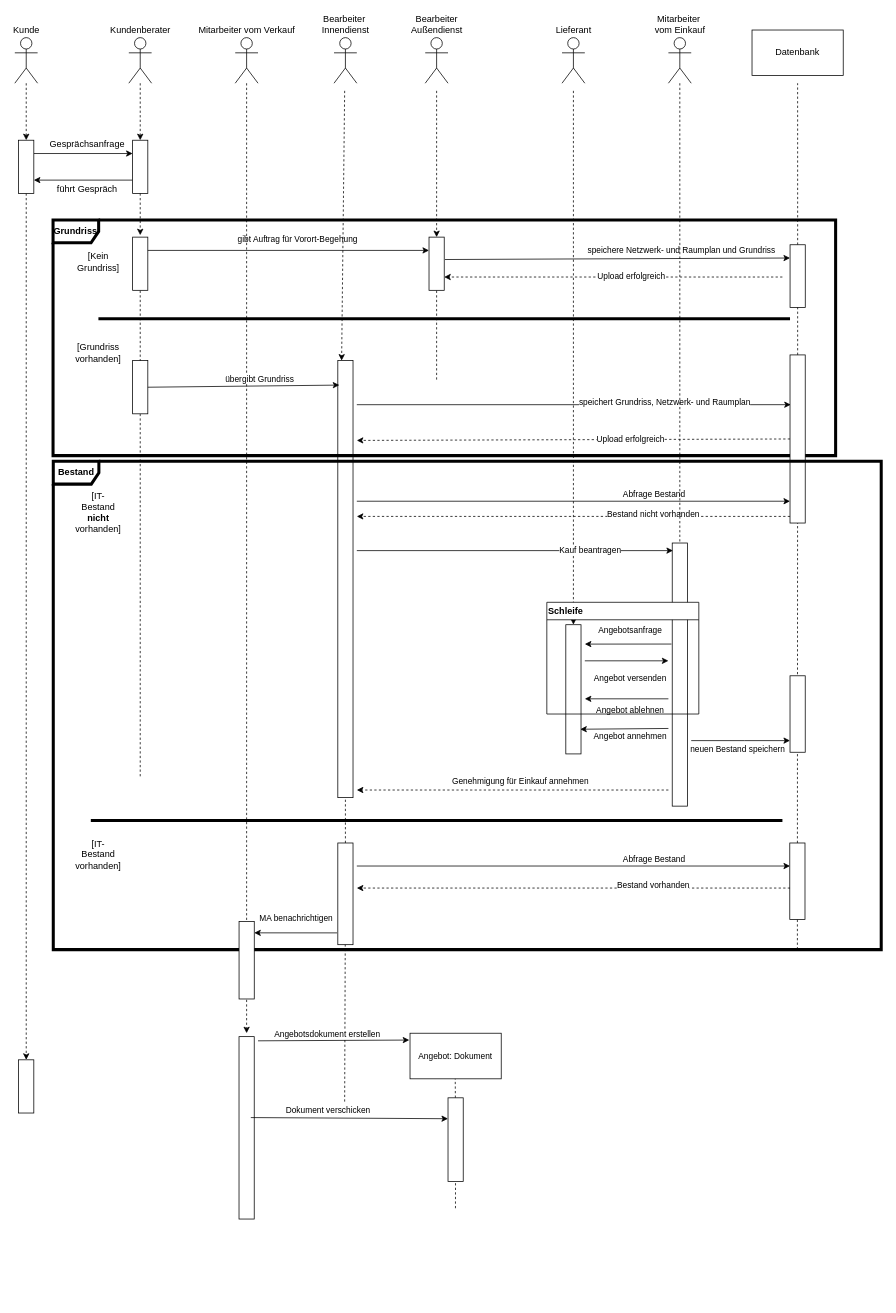
This is docs/diagram/Sequenzdiagramm.drawio from i21Erik/LF_8, a draw.io file, before an edit. Source tidied: cells renumbered, new cells numbered last; positions are measured from the earlier drawing's top-left corner, leaving out a move shared by most shapes. Both pictures are drawn from the tidied source at 76%, with x=0, y=0 at pixel (-1, 30).
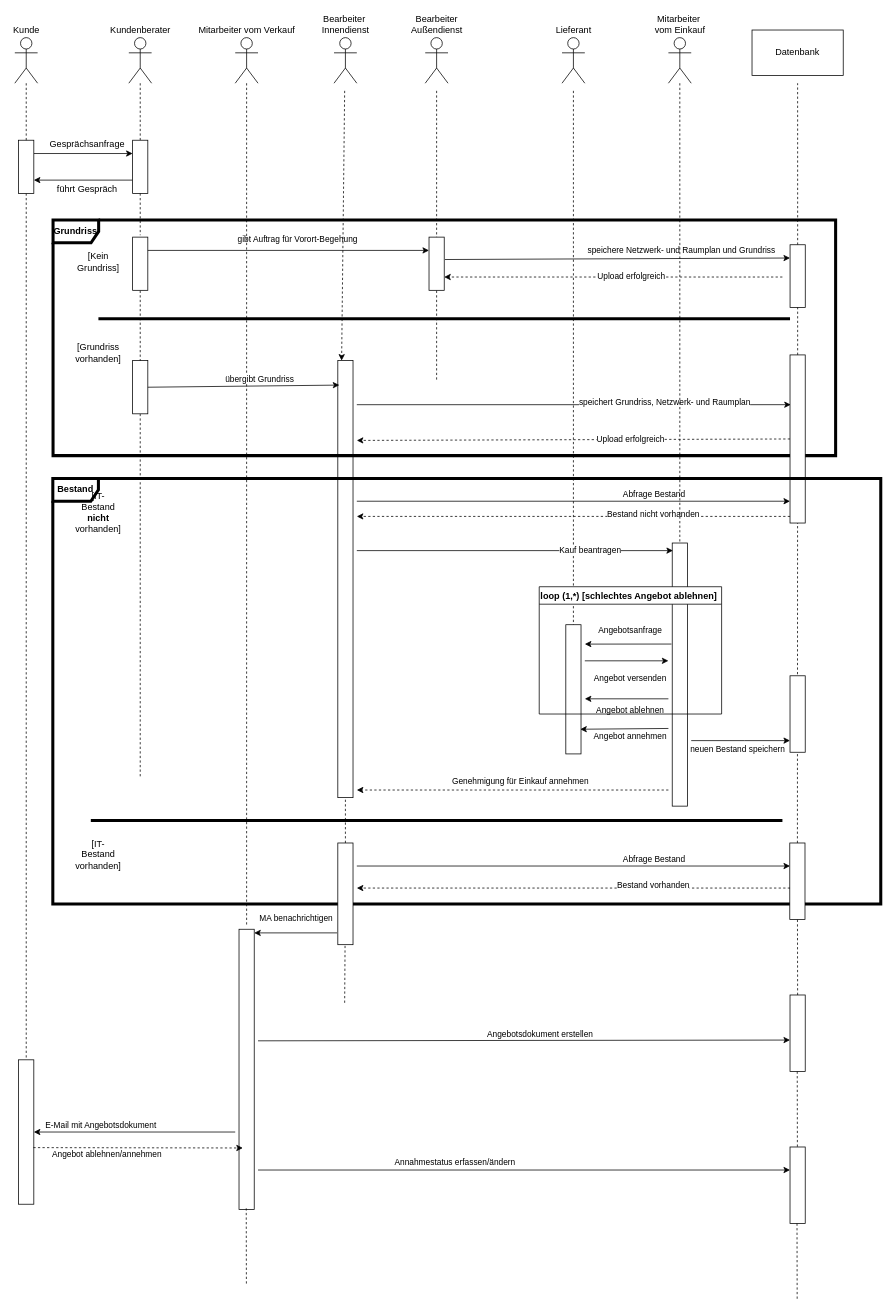
After the change.

Commit message (it also covers changes not shown here):
Sequenzdiagramm finalisiert

Unchanged cells that the change refers to:
```xml
<mxCell id="3" value="Kundenberater" style="shape=umlActor;verticalLabelPosition=top;verticalAlign=bottom;html=1;outlineConnect=0;labelPosition=center;align=center;" parent="1" vertex="1">
  <mxGeometry x="170" y="10" width="30" height="60" as="geometry" />
</mxCell>
<mxCell id="6" style="rounded=0;whiteSpace=wrap;html=1;rotation=-90;" parent="1" vertex="1">
  <mxGeometry y="170" width="70" height="20" as="geometry" />
</mxCell>
<mxCell id="8" value="Kunde" style="shape=umlActor;verticalLabelPosition=top;verticalAlign=bottom;html=1;labelPosition=center;align=center;" parent="1" vertex="1">
  <mxGeometry x="20" y="10" width="30" height="60" as="geometry" />
</mxCell>
<mxCell id="10" style="rounded=0;whiteSpace=wrap;html=1;rotation=-90;" parent="1" vertex="1">
  <mxGeometry x="150" y="170" width="70" height="20" as="geometry" />
</mxCell>
<mxCell id="13" value="Mitarbeiter vom Verkauf" style="shape=umlActor;verticalLabelPosition=top;verticalAlign=bottom;html=1;labelPosition=center;align=center;" parent="1" vertex="1">
  <mxGeometry x="310" y="10" width="30" height="60" as="geometry" />
</mxCell>
<mxCell id="20" style="rounded=0;whiteSpace=wrap;html=1;rotation=-90;" parent="1" vertex="1">
  <mxGeometry x="670" y="857.5" width="170" height="20" as="geometry" />
</mxCell>
<mxCell id="23" style="rounded=0;whiteSpace=wrap;html=1;rotation=-90;" parent="1" vertex="1">
  <mxGeometry x="540" y="297.5" width="70" height="20" as="geometry" />
</mxCell>
<mxCell id="81" style="rounded=0;whiteSpace=wrap;html=1;rotation=-90;" parent="1" vertex="1">
  <mxGeometry x="388.1" y="1126.6" width="133.8" height="20" as="geometry" />
</mxCell>
<mxCell id="85" style="rounded=0;whiteSpace=wrap;html=1;rotation=-90;" parent="1" vertex="1">
  <mxGeometry x="999.4" y="1110" width="100.6" height="20" as="geometry" />
</mxCell>
```

Diff of the diagram source:
```diff
@@
-    <mxCell id="2" style="edgeStyle=orthogonalEdgeStyle;rounded=0;jettySize=auto;html=1;entryX=1;entryY=0.5;entryDx=0;entryDy=0;dashed=1;" parent="1" edge="1" source="3" target="10">
+    <mxCell id="2" style="edgeStyle=orthogonalEdgeStyle;rounded=0;jettySize=auto;html=1;entryX=1;entryY=0.5;entryDx=0;entryDy=0;dashed=1;endArrow=none;endFill=0;" parent="1" edge="1" source="3" target="10">
       <mxGeometry relative="1" as="geometry" />
     </mxCell>
@@
-    <mxCell id="5" style="edgeStyle=orthogonalEdgeStyle;rounded=0;jettySize=auto;html=1;dashed=1;entryX=1;entryY=0.5;entryDx=0;entryDy=0;" parent="1" edge="1" source="6" target="19">
+    <mxCell id="5" style="edgeStyle=orthogonalEdgeStyle;rounded=0;jettySize=auto;html=1;dashed=1;entryX=1;entryY=0.5;entryDx=0;entryDy=0;endArrow=none;endFill=0;" parent="1" edge="1" source="6" target="19">
       <mxGeometry relative="1" as="geometry" />
     </mxCell>
@@
-    <mxCell id="7" style="edgeStyle=orthogonalEdgeStyle;rounded=0;jettySize=auto;html=1;dashed=1;" parent="1" edge="1" source="8" target="6">
+    <mxCell id="7" style="edgeStyle=orthogonalEdgeStyle;rounded=0;jettySize=auto;html=1;dashed=1;endArrow=none;endFill=0;" parent="1" edge="1" source="8" target="6">
       <mxGeometry relative="1" as="geometry" />
     </mxCell>
@@
     <mxCell id="19" style="rounded=0;whiteSpace=wrap;html=1;rotation=-90;" parent="1" vertex="1">
-      <mxGeometry y="1380" width="70" height="20" as="geometry" />
+      <mxGeometry x="-60" y="1440" width="190" height="20" as="geometry" />
     </mxCell>
@@
-    <mxCell id="26" style="endArrow=classic;html=1;rounded=0;dashed=1;exitX=0;exitY=0.5;exitDx=0;exitDy=0;" parent="1" edge="1" source="10">
+    <mxCell id="26" style="endArrow=none;html=1;rounded=0;dashed=1;exitX=0;exitY=0.5;exitDx=0;exitDy=0;endFill=0;" parent="1" edge="1" source="10">
       <mxGeometry relative="1" as="geometry">
         <mxPoint x="185" y="270" as="targetPoint" />
       </mxGeometry>
     </mxCell>
@@
     <mxCell id="33" style="rounded=0;whiteSpace=wrap;html=1;rotation=-90;" parent="1" vertex="1">
-      <mxGeometry x="205" y="1434.5" width="240" height="20" as="geometry" />
+      <mxGeometry x="140.6" y="1357.6" width="368.8" height="20" as="geometry" />
     </mxCell>
-    <mxCell id="34" style="endArrow=classic;html=1;rounded=0;dashed=1;" parent="1" edge="1" target="20">
+    <mxCell id="34" style="endArrow=none;html=1;rounded=0;dashed=1;endFill=0;" parent="1" edge="1" target="20">
       <mxGeometry relative="1" as="geometry">
         <mxPoint x="755" y="80" as="sourcePoint" />
       </mxGeometry>
     </mxCell>
-    <mxCell id="35" style="endArrow=classic;html=1;rounded=0;dashed=1;" parent="1" edge="1" source="13">
+    <mxCell id="35" style="endArrow=none;html=1;rounded=0;dashed=1;endFill=0;" parent="1" edge="1" source="13">
       <mxGeometry relative="1" as="geometry">
-        <mxPoint x="325" y="1320" as="targetPoint" />
+        <mxPoint x="325" y="1180" as="targetPoint" />
       </mxGeometry>
     </mxCell>
@@
-    <mxCell id="37" style="endArrow=classic;html=1;rounded=0;dashed=1;entryX=1;entryY=0.5;entryDx=0;entryDy=0;" parent="1" edge="1" target="23">
+    <mxCell id="37" style="endArrow=none;html=1;rounded=0;dashed=1;entryX=1;entryY=0.5;entryDx=0;entryDy=0;endFill=0;" parent="1" edge="1" target="23">
       <mxGeometry relative="1" as="geometry">
         <mxPoint x="575" y="80" as="sourcePoint" />
       </mxGeometry>
     </mxCell>
@@
-    <mxCell id="74" value="Schleife" style="swimlane;align=left;" parent="1" vertex="1">
-      <mxGeometry x="720" y="753" width="200" height="147" as="geometry" />
+    <mxCell id="74" value="loop (1,*) [schlechtes Angebot ablehnen] " style="swimlane;align=left;" parent="1" vertex="1">
+      <mxGeometry x="710" y="732.5" width="240" height="167.5" as="geometry" />
     </mxCell>
     <mxCell id="75" value="&lt;b&gt;Bestand&lt;/b&gt;" style="shape=umlFrame;whiteSpace=wrap;html=1;strokeWidth=4;" parent="1" vertex="1">
-      <mxGeometry x="70.6" y="567.5" width="1089.4" height="642.5" as="geometry" />
+      <mxGeometry x="70" y="590" width="1089.4" height="560" as="geometry" />
     </mxCell>
@@
     <mxCell id="82" style="endArrow=none;dashed=1;html=1;rounded=0;" parent="1" edge="1" target="81">
       <mxGeometry relative="1" as="geometry">
-        <mxPoint x="454" y="1410" as="sourcePoint" />
+        <mxPoint x="454" y="1280" as="sourcePoint" />
       </mxGeometry>
     </mxCell>
@@
-    <mxCell id="86" style="endArrow=none;dashed=1;html=1;rounded=0;startArrow=none;" parent="1" edge="1" target="85">
-      <mxGeometry relative="1" as="geometry">
-        <mxPoint x="1049.7" y="1209.7" as="sourcePoint" />
-      </mxGeometry>
+    <mxCell id="86" style="endArrow=none;dashed=1;html=1;rounded=0;startArrow=none;exitX=1;exitY=0.5;exitDx=0;exitDy=0;" parent="1" edge="1" source="106" target="85">
+      <mxGeometry relative="1" as="geometry" />
     </mxCell>
@@
-    <mxCell id="89" style="rounded=0;whiteSpace=wrap;html=1;rotation=-90;" parent="1" vertex="1">
-      <mxGeometry x="274.1" y="1214" width="101.9" height="20" as="geometry" />
-    </mxCell>
-    <mxCell id="90" style="endArrow=classic;html=1;rounded=0;entryX=0.854;entryY=1;entryDx=0;entryDy=0;entryPerimeter=0;exitX=0.116;exitY=-0.05;exitDx=0;exitDy=0;exitPerimeter=0;" parent="1" edge="1" source="81" target="89">
-      <mxGeometry relative="1" as="geometry" />
+    <mxCell id="90" style="endArrow=classic;html=1;rounded=0;entryX=0.854;entryY=1;entryDx=0;entryDy=0;entryPerimeter=0;exitX=0.116;exitY=-0.05;exitDx=0;exitDy=0;exitPerimeter=0;" parent="1" edge="1" source="81">
+      <mxGeometry relative="1" as="geometry">
+        <mxPoint x="335" y="1188" as="targetPoint" />
+      </mxGeometry>
     </mxCell>
@@
-    <mxCell id="92" value="Angebot: Dokument" style="rounded=0;whiteSpace=wrap;html=1;fontSize=11;strokeWidth=1;" parent="1" vertex="1">
-      <mxGeometry x="540" y="1320" width="120" height="60" as="geometry" />
-    </mxCell>
-    <mxCell id="93" style="endArrow=classic;html=1;rounded=0;fontSize=11;entryX=-0.008;entryY=0.15;entryDx=0;entryDy=0;entryPerimeter=0;" parent="1" edge="1" target="92">
+    <mxCell id="93" style="endArrow=classic;html=1;rounded=0;fontSize=11;" parent="1" edge="1">
       <mxGeometry relative="1" as="geometry">
         <mxPoint x="340" y="1330" as="sourcePoint" />
+        <mxPoint x="1040" y="1329" as="targetPoint" />
       </mxGeometry>
     </mxCell>
     <mxCell id="94" value="Angebotsdokument erstellen" style="edgeLabel;html=1;align=center;verticalAlign=middle;" parent="1" vertex="1">
-      <mxGeometry x="430" y="1320" as="geometry" />
+      <mxGeometry x="710" y="1320" as="geometry" />
     </mxCell>
-    <mxCell id="95" style="endArrow=none;dashed=1;html=1;rounded=0;startArrow=none;" parent="1" edge="1" source="98">
-      <mxGeometry relative="1" as="geometry">
-        <mxPoint x="599.5" y="1380" as="targetPoint" />
-      </mxGeometry>
-    </mxCell>
-    <mxCell id="96" style="endArrow=classic;html=1;rounded=0;fontSize=11;entryX=0.75;entryY=0;entryDx=0;entryDy=0;" parent="1" edge="1" target="98">
-      <mxGeometry relative="1" as="geometry">
-        <mxPoint x="330.5" y="1431" as="sourcePoint" />
-      </mxGeometry>
-    </mxCell>
-    <mxCell id="97" value="Dokument verschicken" style="edgeLabel;html=1;align=center;verticalAlign=middle;fontSize=11;" parent="96" vertex="1">
-      <mxGeometry x="-0.29" y="2" relative="1" as="geometry">
-        <mxPoint x="9" y="-9" as="offset" />
-      </mxGeometry>
-    </mxCell>
-    <mxCell id="98" style="rounded=0;whiteSpace=wrap;html=1;rotation=-90;" parent="1" vertex="1">
-      <mxGeometry x="545" y="1450" width="110" height="20" as="geometry" />
-    </mxCell>
-    <mxCell id="99" style="endArrow=none;dashed=1;html=1;rounded=0;" parent="1" edge="1" target="98">
-      <mxGeometry relative="1" as="geometry">
-        <mxPoint x="599.8" y="1550.3" as="sourcePoint" />
-      </mxGeometry>
-    </mxCell>
+    <mxCell id="100" style="endArrow=classic;html=1;rounded=0;fontSize=11;" parent="1" edge="1">
+      <mxGeometry relative="1" as="geometry">
+        <mxPoint x="340" y="1500" as="sourcePoint" />
+        <mxPoint x="1040" y="1500" as="targetPoint" />
+      </mxGeometry>
+    </mxCell>
+    <mxCell id="101" value="Annahmestatus erfassen/ändern" style="edgeLabel;html=1;align=center;verticalAlign=middle;fontSize=11;" parent="100" vertex="1">
+      <mxGeometry x="-0.29" y="2" relative="1" as="geometry">
+        <mxPoint x="9" y="-9" as="offset" />
+      </mxGeometry>
+    </mxCell>
+    <mxCell id="102" style="endArrow=classic;html=1;rounded=0;entryX=0.5;entryY=1;entryDx=0;entryDy=0;" parent="1" edge="1" target="19">
+      <mxGeometry relative="1" as="geometry">
+        <mxPoint x="310" y="1450" as="sourcePoint" />
+      </mxGeometry>
+    </mxCell>
+    <mxCell id="103" value="E-Mail mit Angebotsdokument" style="edgeLabel;html=1;align=center;verticalAlign=middle;" parent="102" vertex="1">
+      <mxGeometry x="0.8" relative="1" as="geometry">
+        <mxPoint x="61" y="-10" as="offset" />
+      </mxGeometry>
+    </mxCell>
+    <mxCell id="104" style="endArrow=classic;html=1;rounded=0;exitX=0.392;exitY=0.97;exitDx=0;exitDy=0;exitPerimeter=0;dashed=1;" parent="1" edge="1" source="19">
+      <mxGeometry relative="1" as="geometry">
+        <mxPoint x="320" y="1471" as="targetPoint" />
+      </mxGeometry>
+    </mxCell>
+    <mxCell id="105" value="Angebot ablehnen/annehmen" style="edgeLabel;html=1;align=center;verticalAlign=middle;" parent="104" vertex="1">
+      <mxGeometry x="-0.5" y="4" relative="1" as="geometry">
+        <mxPoint x="27" y="13" as="offset" />
+      </mxGeometry>
+    </mxCell>
+    <mxCell id="106" style="rounded=0;whiteSpace=wrap;html=1;rotation=-90;" parent="1" vertex="1">
+      <mxGeometry x="999.7" y="1310" width="100.6" height="20" as="geometry" />
+    </mxCell>
+    <mxCell id="107" style="endArrow=none;dashed=1;html=1;rounded=0;startArrow=none;exitX=1;exitY=0.5;exitDx=0;exitDy=0;" parent="1" edge="1">
+      <mxGeometry relative="1" as="geometry">
+        <mxPoint x="1049.7" y="1469.4" as="sourcePoint" />
+        <mxPoint x="1049.5" y="1370" as="targetPoint" />
+      </mxGeometry>
+    </mxCell>
+    <mxCell id="108" style="rounded=0;whiteSpace=wrap;html=1;rotation=-90;" parent="1" vertex="1">
+      <mxGeometry x="999.7" y="1510" width="100.6" height="20" as="geometry" />
+    </mxCell>
+    <mxCell id="109" style="endArrow=none;dashed=1;html=1;rounded=0;startArrow=none;exitX=1;exitY=0.5;exitDx=0;exitDy=0;" parent="1" edge="1">
+      <mxGeometry relative="1" as="geometry">
+        <mxPoint x="1049.4" y="1669.4" as="sourcePoint" />
+        <mxPoint x="1049.2" y="1570" as="targetPoint" />
+      </mxGeometry>
+    </mxCell>
+    <mxCell id="110" style="endArrow=none;dashed=1;html=1;rounded=0;startArrow=none;exitX=1;exitY=0.5;exitDx=0;exitDy=0;" parent="1" edge="1">
+      <mxGeometry relative="1" as="geometry">
+        <mxPoint x="324.7" y="1649.4" as="sourcePoint" />
+        <mxPoint x="324.5" y="1550" as="targetPoint" />
+      </mxGeometry>
+    </mxCell>
```
